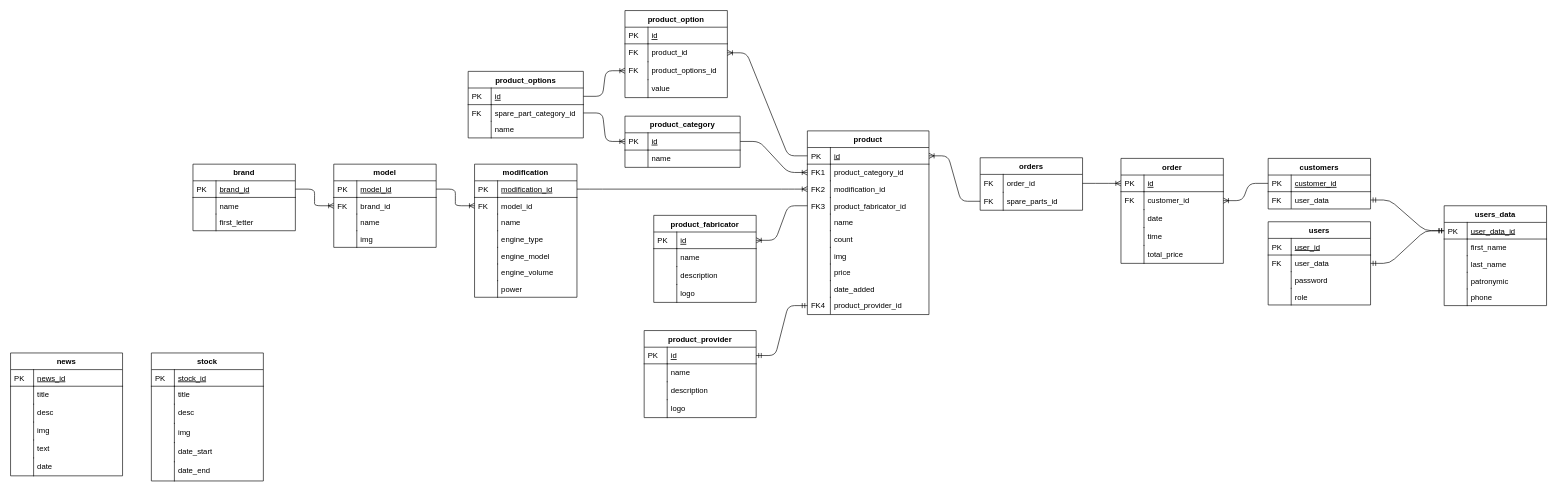
The draw.io diagram Web/RGR/PZ_files/ER_diagram.drawio in MARSHAL327/University_3_kurs_2_semestr, before the edit. Source tidied: cells renumbered, new cells numbered last; positions are measured from the earlier drawing's top-left corner, leaving out a move shared by most shapes. Both pictures are drawn from the tidied source at 64%, with x=0, y=0 at pixel (10, 10).
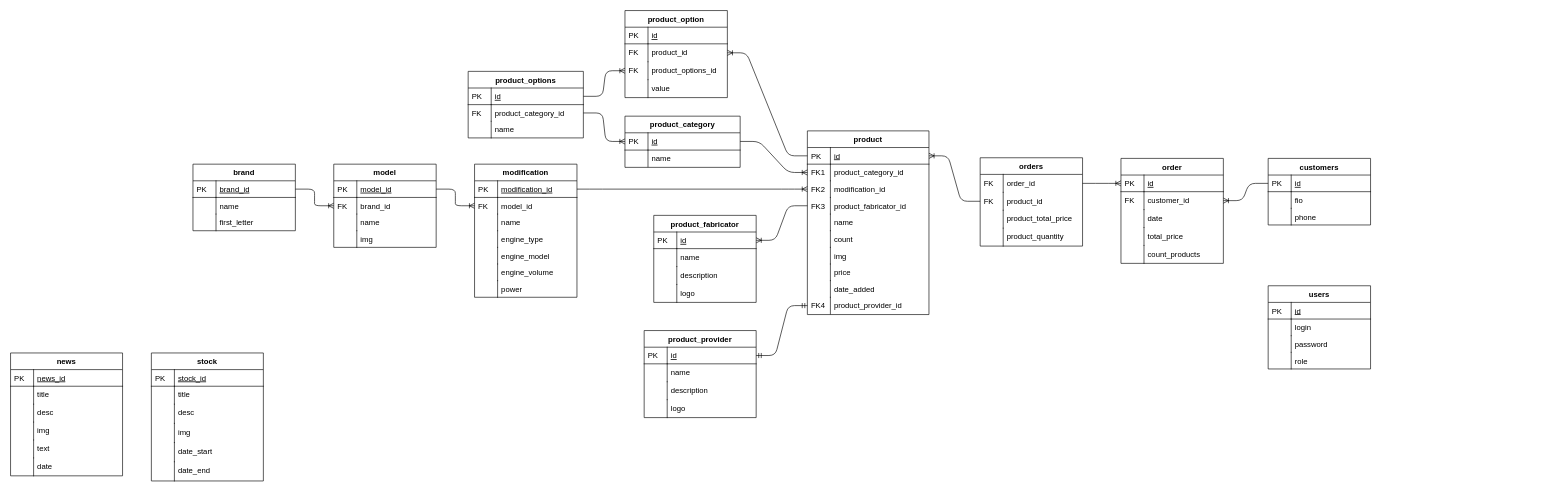
The same diagram, later.

Unchanged cells that the change refers to:
```xml
<mxCell id="36" value="order" style="swimlane;fontStyle=1;horizontal=1;startSize=26;rounded=0;shadow=0;strokeWidth=1;" parent="1" vertex="1">
  <mxGeometry x="1735" y="231" width="160" height="164" as="geometry" />
</mxCell>
<mxCell id="167" value="product_options" style="swimlane;fontStyle=1;horizontal=1;startSize=26;rounded=0;shadow=0;strokeWidth=1;" parent="1" vertex="1">
  <mxGeometry x="715" y="95" width="180" height="104" as="geometry" />
</mxCell>
```

Diff of the diagram source:
```diff
@@
-    <mxCell id="9" style="edgeStyle=entityRelationEdgeStyle;fontSize=12;html=1;endArrow=ERmandOne;startArrow=ERmandOne;" parent="1" edge="1" source="100" target="93">
-      <mxGeometry relative="1" as="geometry" />
-    </mxCell>
@@
-    <mxCell id="43" value="time" style="shape=partialRectangle;top=0;left=0;right=0;bottom=0;align=left;verticalAlign=top;fillColor=none;spacingLeft=40;spacingRight=4;overflow=hidden;rounded=0;shadow=0;strokeWidth=1;" parent="36" vertex="1">
-      <mxGeometry y="108" width="160" height="28" as="geometry" />
-    </mxCell>
-    <mxCell id="44" style="shape=partialRectangle;top=0;left=0;bottom=0;fillColor=none;align=left;verticalAlign=top;spacingLeft=4;spacingRight=4;overflow=hidden;" parent="43" vertex="1">
-      <mxGeometry width="36" height="28" as="geometry" />
-    </mxCell>
     <mxCell id="45" value="total_price" style="shape=partialRectangle;top=0;left=0;right=0;bottom=0;align=left;verticalAlign=top;fillColor=none;spacingLeft=40;spacingRight=4;overflow=hidden;rounded=0;shadow=0;strokeWidth=1;" parent="36" vertex="1">
-      <mxGeometry y="136" width="160" height="28" as="geometry" />
+      <mxGeometry y="108" width="160" height="28" as="geometry" />
     </mxCell>
@@
+    <mxCell id="174" value="count_products" style="shape=partialRectangle;top=0;left=0;right=0;bottom=0;align=left;verticalAlign=top;fillColor=none;spacingLeft=40;spacingRight=4;overflow=hidden;rounded=0;shadow=0;strokeWidth=1;" parent="36" vertex="1">
+      <mxGeometry y="136" width="160" height="28" as="geometry" />
+    </mxCell>
+    <mxCell id="175" style="shape=partialRectangle;top=0;left=0;bottom=0;fillColor=none;align=left;verticalAlign=top;spacingLeft=4;spacingRight=4;overflow=hidden;" parent="174" vertex="1">
+      <mxGeometry width="36" height="28" as="geometry" />
+    </mxCell>
@@
     <mxCell id="68" value="orders" style="swimlane;fontStyle=1;horizontal=1;startSize=26;rounded=0;shadow=0;strokeWidth=1;" parent="1" vertex="1">
-      <mxGeometry x="1515" y="230" width="160" height="82" as="geometry" />
+      <mxGeometry x="1515" y="230" width="160" height="138" as="geometry" />
     </mxCell>
@@
-    <mxCell id="71" value="spare_parts_id" style="shape=partialRectangle;top=0;left=0;right=0;bottom=0;align=left;verticalAlign=top;fillColor=none;spacingLeft=40;spacingRight=4;overflow=hidden;points=[[0,0.5],[1,0.5]];portConstraint=eastwest;rounded=0;shadow=0;strokeWidth=1;" parent="68" vertex="1">
+    <mxCell id="71" value="product_id" style="shape=partialRectangle;top=0;left=0;right=0;bottom=0;align=left;verticalAlign=top;fillColor=none;spacingLeft=40;spacingRight=4;overflow=hidden;points=[[0,0.5],[1,0.5]];portConstraint=eastwest;rounded=0;shadow=0;strokeWidth=1;" parent="68" vertex="1">
       <mxGeometry y="54" width="160" height="28" as="geometry" />
     </mxCell>
@@
+    <mxCell id="176" value="product_total_price" style="shape=partialRectangle;top=0;left=0;right=0;bottom=0;align=left;verticalAlign=top;fillColor=none;spacingLeft=40;spacingRight=4;overflow=hidden;rounded=0;shadow=0;strokeWidth=1;" parent="68" vertex="1">
+      <mxGeometry y="82" width="160" height="28" as="geometry" />
+    </mxCell>
+    <mxCell id="177" style="shape=partialRectangle;top=0;left=0;bottom=0;fillColor=none;align=left;verticalAlign=top;spacingLeft=4;spacingRight=4;overflow=hidden;" parent="176" vertex="1">
+      <mxGeometry width="36" height="28" as="geometry" />
+    </mxCell>
+    <mxCell id="178" value="product_quantity" style="shape=partialRectangle;top=0;left=0;right=0;bottom=0;align=left;verticalAlign=top;fillColor=none;spacingLeft=40;spacingRight=4;overflow=hidden;rounded=0;shadow=0;strokeWidth=1;" parent="68" vertex="1">
+      <mxGeometry y="110" width="160" height="28" as="geometry" />
+    </mxCell>
+    <mxCell id="179" style="shape=partialRectangle;top=0;left=0;bottom=0;fillColor=none;align=left;verticalAlign=top;spacingLeft=4;spacingRight=4;overflow=hidden;" parent="178" vertex="1">
+      <mxGeometry width="36" height="28" as="geometry" />
+    </mxCell>
@@
     <mxCell id="75" value="customers" style="swimlane;fontStyle=1;horizontal=1;startSize=26;rounded=0;shadow=0;strokeWidth=1;" parent="1" vertex="1">
-      <mxGeometry x="1965" y="231" width="160" height="79" as="geometry" />
+      <mxGeometry x="1965" y="231" width="160" height="104" as="geometry" />
     </mxCell>
-    <mxCell id="76" value="customer_id" style="shape=partialRectangle;top=0;left=0;right=0;bottom=1;align=left;verticalAlign=top;fillColor=none;spacingLeft=40;spacingRight=4;overflow=hidden;points=[[0,0.5],[1,0.5]];portConstraint=eastwest;rounded=0;shadow=0;strokeWidth=1;fontStyle=4;" parent="75" vertex="1">
+    <mxCell id="76" value="id" style="shape=partialRectangle;top=0;left=0;right=0;bottom=1;align=left;verticalAlign=top;fillColor=none;spacingLeft=40;spacingRight=4;overflow=hidden;points=[[0,0.5],[1,0.5]];portConstraint=eastwest;rounded=0;shadow=0;strokeWidth=1;fontStyle=4;" parent="75" vertex="1">
       <mxGeometry y="26" width="160" height="26" as="geometry" />
     </mxCell>
@@
-    <mxCell id="78" value="user_data" style="shape=partialRectangle;top=0;left=0;right=0;bottom=0;align=left;verticalAlign=top;fillColor=none;spacingLeft=40;spacingRight=4;overflow=hidden;points=[[0,0.5],[1,0.5]];portConstraint=eastwest;rounded=0;shadow=0;strokeWidth=1;" parent="75" vertex="1">
-      <mxGeometry y="52" width="160" height="26" as="geometry" />
-    </mxCell>
-    <mxCell id="79" value="FK" style="shape=partialRectangle;top=0;left=0;bottom=0;fillColor=none;align=left;verticalAlign=top;spacingLeft=4;spacingRight=4;overflow=hidden;" parent="78" vertex="1">
-      <mxGeometry width="36" height="26" as="geometry" />
-    </mxCell>
-    <mxCell id="80" style="edgeStyle=entityRelationEdgeStyle;fontSize=12;html=1;endArrow=ERmandOne;startArrow=ERmandOne;" parent="1" edge="1" source="100" target="78">
-      <mxGeometry relative="1" as="geometry" />
-    </mxCell>
+    <mxCell id="180" value="fio" style="shape=partialRectangle;top=0;left=0;right=0;bottom=0;align=left;verticalAlign=top;fillColor=none;spacingLeft=40;spacingRight=4;overflow=hidden;rounded=0;shadow=0;strokeWidth=1;" parent="75" vertex="1">
+      <mxGeometry y="52" width="160" height="26" as="geometry" />
+    </mxCell>
+    <mxCell id="181" style="shape=partialRectangle;top=0;left=0;bottom=0;fillColor=none;align=left;verticalAlign=top;spacingLeft=4;spacingRight=4;overflow=hidden;" parent="180" vertex="1">
+      <mxGeometry width="36" height="26" as="geometry" />
+    </mxCell>
+    <mxCell id="108" value="phone" style="shape=partialRectangle;top=0;left=0;right=0;bottom=0;align=left;verticalAlign=top;fillColor=none;spacingLeft=40;spacingRight=4;overflow=hidden;rounded=0;shadow=0;strokeWidth=1;" parent="75" vertex="1">
+      <mxGeometry y="78" width="160" height="26" as="geometry" />
+    </mxCell>
+    <mxCell id="182" style="shape=partialRectangle;top=0;left=0;bottom=0;fillColor=none;align=left;verticalAlign=top;spacingLeft=4;spacingRight=4;overflow=hidden;" parent="108" vertex="1">
+      <mxGeometry width="36" height="26" as="geometry" />
+    </mxCell>
@@
-    <mxCell id="90" value="users" style="swimlane;fontStyle=1;horizontal=1;startSize=26;rounded=0;shadow=0;strokeWidth=1;" parent="1" vertex="1">
-      <mxGeometry x="1965" y="330" width="160" height="130" as="geometry" />
-    </mxCell>
-    <mxCell id="91" value="user_id" style="shape=partialRectangle;top=0;left=0;right=0;bottom=1;align=left;verticalAlign=top;fillColor=none;spacingLeft=40;spacingRight=4;overflow=hidden;rounded=0;shadow=0;strokeWidth=1;fontStyle=4;" parent="90" vertex="1">
-      <mxGeometry y="26" width="160" height="26" as="geometry" />
-    </mxCell>
-    <mxCell id="92" value="PK" style="shape=partialRectangle;top=0;left=0;bottom=0;fillColor=none;align=left;verticalAlign=top;spacingLeft=4;spacingRight=4;overflow=hidden;" parent="91" vertex="1">
-      <mxGeometry width="36" height="26" as="geometry" />
-    </mxCell>
-    <mxCell id="93" value="user_data" style="shape=partialRectangle;top=0;left=0;right=0;bottom=0;align=left;verticalAlign=top;fillColor=none;spacingLeft=40;spacingRight=4;overflow=hidden;points=[[0,0.5],[1,0.5]];portConstraint=eastwest;rounded=0;shadow=0;strokeWidth=1;" parent="90" vertex="1">
-      <mxGeometry y="52" width="160" height="26" as="geometry" />
-    </mxCell>
-    <mxCell id="94" value="FK" style="shape=partialRectangle;top=0;left=0;bottom=0;fillColor=none;align=left;verticalAlign=top;spacingLeft=4;spacingRight=4;overflow=hidden;" parent="93" vertex="1">
-      <mxGeometry width="36" height="26" as="geometry" />
-    </mxCell>
-    <mxCell id="95" value="password" style="shape=partialRectangle;top=0;left=0;right=0;bottom=0;align=left;verticalAlign=top;fillColor=none;spacingLeft=40;spacingRight=4;overflow=hidden;rounded=0;shadow=0;strokeWidth=1;" parent="90" vertex="1">
-      <mxGeometry y="78" width="160" height="26" as="geometry" />
-    </mxCell>
-    <mxCell id="96" style="shape=partialRectangle;top=0;left=0;bottom=0;fillColor=none;align=left;verticalAlign=top;spacingLeft=4;spacingRight=4;overflow=hidden;" parent="95" vertex="1">
-      <mxGeometry width="36" height="26" as="geometry" />
-    </mxCell>
-    <mxCell id="97" value="role" style="shape=partialRectangle;top=0;left=0;right=0;bottom=0;align=left;verticalAlign=top;fillColor=none;spacingLeft=40;spacingRight=4;overflow=hidden;rounded=0;shadow=0;strokeWidth=1;" parent="90" vertex="1">
-      <mxGeometry y="104" width="160" height="26" as="geometry" />
-    </mxCell>
-    <mxCell id="98" style="shape=partialRectangle;top=0;left=0;bottom=0;fillColor=none;align=left;verticalAlign=top;spacingLeft=4;spacingRight=4;overflow=hidden;" parent="97" vertex="1">
-      <mxGeometry width="36" height="26" as="geometry" />
-    </mxCell>
-    <mxCell id="99" value="users_data" style="swimlane;fontStyle=1;horizontal=1;startSize=26;rounded=0;shadow=0;strokeWidth=1;" parent="1" vertex="1">
-      <mxGeometry x="2240" y="305" width="160" height="156" as="geometry" />
-    </mxCell>
-    <mxCell id="100" value="user_data_id" style="shape=partialRectangle;top=0;left=0;right=0;bottom=1;align=left;verticalAlign=top;fillColor=none;spacingLeft=40;spacingRight=4;overflow=hidden;points=[[0,0.5],[1,0.5]];portConstraint=eastwest;rounded=0;shadow=0;strokeWidth=1;fontStyle=4;" parent="99" vertex="1">
-      <mxGeometry y="26" width="160" height="26" as="geometry" />
-    </mxCell>
-    <mxCell id="101" value="PK" style="shape=partialRectangle;top=0;left=0;bottom=0;fillColor=none;align=left;verticalAlign=top;spacingLeft=4;spacingRight=4;overflow=hidden;" parent="100" vertex="1">
-      <mxGeometry width="36" height="26" as="geometry" />
-    </mxCell>
-    <mxCell id="102" value="first_name" style="shape=partialRectangle;top=0;left=0;right=0;bottom=0;align=left;verticalAlign=top;fillColor=none;spacingLeft=40;spacingRight=4;overflow=hidden;rounded=0;shadow=0;strokeWidth=1;" parent="99" vertex="1">
-      <mxGeometry y="52" width="160" height="26" as="geometry" />
-    </mxCell>
-    <mxCell id="103" style="shape=partialRectangle;top=0;left=0;bottom=0;fillColor=none;align=left;verticalAlign=top;spacingLeft=4;spacingRight=4;overflow=hidden;" parent="102" vertex="1">
-      <mxGeometry width="36" height="26" as="geometry" />
-    </mxCell>
-    <mxCell id="104" value="last_name" style="shape=partialRectangle;top=0;left=0;right=0;bottom=0;align=left;verticalAlign=top;fillColor=none;spacingLeft=40;spacingRight=4;overflow=hidden;rounded=0;shadow=0;strokeWidth=1;" parent="99" vertex="1">
-      <mxGeometry y="78" width="160" height="26" as="geometry" />
-    </mxCell>
-    <mxCell id="105" style="shape=partialRectangle;top=0;left=0;bottom=0;fillColor=none;align=left;verticalAlign=top;spacingLeft=4;spacingRight=4;overflow=hidden;" parent="104" vertex="1">
-      <mxGeometry width="36" height="26" as="geometry" />
-    </mxCell>
-    <mxCell id="106" value="patronymic" style="shape=partialRectangle;top=0;left=0;right=0;bottom=0;align=left;verticalAlign=top;fillColor=none;spacingLeft=40;spacingRight=4;overflow=hidden;rounded=0;shadow=0;strokeWidth=1;" parent="99" vertex="1">
-      <mxGeometry y="104" width="160" height="26" as="geometry" />
-    </mxCell>
-    <mxCell id="107" style="shape=partialRectangle;top=0;left=0;bottom=0;fillColor=none;align=left;verticalAlign=top;spacingLeft=4;spacingRight=4;overflow=hidden;" parent="106" vertex="1">
-      <mxGeometry width="36" height="26" as="geometry" />
-    </mxCell>
-    <mxCell id="108" value="phone" style="shape=partialRectangle;top=0;left=0;right=0;bottom=0;align=left;verticalAlign=top;fillColor=none;spacingLeft=40;spacingRight=4;overflow=hidden;rounded=0;shadow=0;strokeWidth=1;" parent="99" vertex="1">
-      <mxGeometry y="130" width="160" height="26" as="geometry" />
-    </mxCell>
-    <mxCell id="109" style="shape=partialRectangle;top=0;left=0;bottom=0;fillColor=none;align=left;verticalAlign=top;spacingLeft=4;spacingRight=4;overflow=hidden;" parent="108" vertex="1">
-      <mxGeometry width="36" height="26" as="geometry" />
-    </mxCell>
@@
-    <mxCell id="170" value="spare_part_category_id" style="shape=partialRectangle;top=0;left=0;right=0;bottom=0;align=left;verticalAlign=top;fillColor=none;spacingLeft=40;spacingRight=4;overflow=hidden;points=[[0,0.5],[1,0.5]];portConstraint=eastwest;rounded=0;shadow=0;strokeWidth=1;" parent="167" vertex="1">
+    <mxCell id="170" value="product_category_id" style="shape=partialRectangle;top=0;left=0;right=0;bottom=0;align=left;verticalAlign=top;fillColor=none;spacingLeft=40;spacingRight=4;overflow=hidden;points=[[0,0.5],[1,0.5]];portConstraint=eastwest;rounded=0;shadow=0;strokeWidth=1;" parent="167" vertex="1">
       <mxGeometry y="52" width="180" height="26" as="geometry" />
     </mxCell>
@@
+    <mxCell id="90" value="users" style="swimlane;fontStyle=1;horizontal=1;startSize=26;rounded=0;shadow=0;strokeWidth=1;" parent="1" vertex="1">
+      <mxGeometry x="1965" y="430" width="160" height="130" as="geometry" />
+    </mxCell>
+    <mxCell id="91" value="id" style="shape=partialRectangle;top=0;left=0;right=0;bottom=1;align=left;verticalAlign=top;fillColor=none;spacingLeft=40;spacingRight=4;overflow=hidden;rounded=0;shadow=0;strokeWidth=1;fontStyle=4;" parent="90" vertex="1">
+      <mxGeometry y="26" width="160" height="26" as="geometry" />
+    </mxCell>
+    <mxCell id="92" value="PK" style="shape=partialRectangle;top=0;left=0;bottom=0;fillColor=none;align=left;verticalAlign=top;spacingLeft=4;spacingRight=4;overflow=hidden;" parent="91" vertex="1">
+      <mxGeometry width="36" height="26" as="geometry" />
+    </mxCell>
+    <mxCell id="93" value="login" style="shape=partialRectangle;top=0;left=0;right=0;bottom=0;align=left;verticalAlign=top;fillColor=none;spacingLeft=40;spacingRight=4;overflow=hidden;points=[[0,0.5],[1,0.5]];portConstraint=eastwest;rounded=0;shadow=0;strokeWidth=1;" parent="90" vertex="1">
+      <mxGeometry y="52" width="160" height="26" as="geometry" />
+    </mxCell>
+    <mxCell id="94" style="shape=partialRectangle;top=0;left=0;bottom=0;fillColor=none;align=left;verticalAlign=top;spacingLeft=4;spacingRight=4;overflow=hidden;" parent="93" vertex="1">
+      <mxGeometry width="36" height="26" as="geometry" />
+    </mxCell>
+    <mxCell id="95" value="password" style="shape=partialRectangle;top=0;left=0;right=0;bottom=0;align=left;verticalAlign=top;fillColor=none;spacingLeft=40;spacingRight=4;overflow=hidden;rounded=0;shadow=0;strokeWidth=1;" parent="90" vertex="1">
+      <mxGeometry y="78" width="160" height="26" as="geometry" />
+    </mxCell>
+    <mxCell id="96" style="shape=partialRectangle;top=0;left=0;bottom=0;fillColor=none;align=left;verticalAlign=top;spacingLeft=4;spacingRight=4;overflow=hidden;" parent="95" vertex="1">
+      <mxGeometry width="36" height="26" as="geometry" />
+    </mxCell>
+    <mxCell id="97" value="role" style="shape=partialRectangle;top=0;left=0;right=0;bottom=0;align=left;verticalAlign=top;fillColor=none;spacingLeft=40;spacingRight=4;overflow=hidden;rounded=0;shadow=0;strokeWidth=1;" parent="90" vertex="1">
+      <mxGeometry y="104" width="160" height="26" as="geometry" />
+    </mxCell>
+    <mxCell id="98" style="shape=partialRectangle;top=0;left=0;bottom=0;fillColor=none;align=left;verticalAlign=top;spacingLeft=4;spacingRight=4;overflow=hidden;" parent="97" vertex="1">
+      <mxGeometry width="36" height="26" as="geometry" />
+    </mxCell>
```
